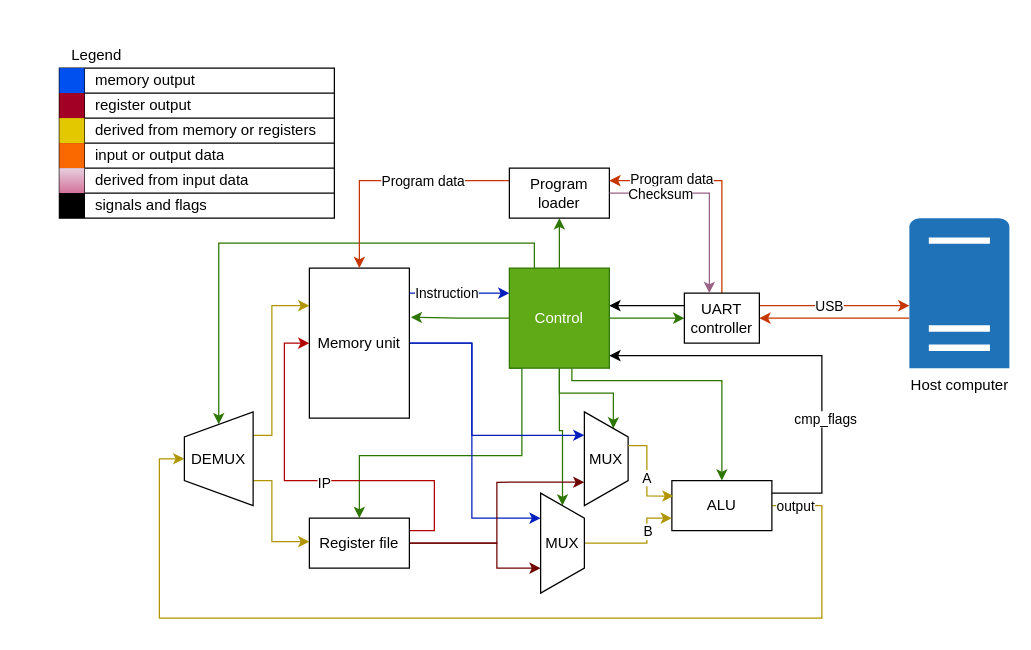
This is hardware/Hardware diagram.drawio from jacblo/yuda_assembly, a draw.io file, before an edit. Source tidied: cells renumbered, new cells numbered last; positions are measured from the earlier drawing's top-left corner, leaving out a move shared by most shapes. Both pictures are drawn from the tidied source at 125%, with x=0, y=0 at pixel (59, 42).
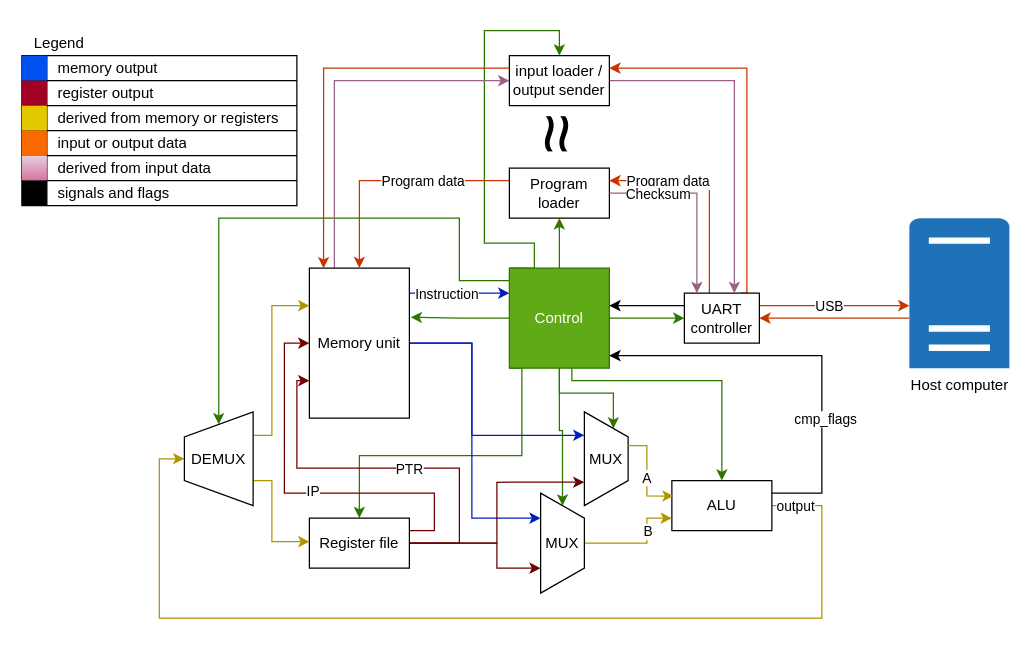
The same page after the edit.

The change refers to these unchanged cells:
```xml
<mxCell id="9" value="Control" style="whiteSpace=wrap;html=1;fillColor=#60a917;fontColor=#ffffff;strokeColor=#2D7600;" parent="1" vertex="1">
  <mxGeometry x="360" y="180" width="80" height="80" as="geometry" />
</mxCell>
<mxCell id="17" value="Memory unit" style="rounded=0;whiteSpace=wrap;html=1;" parent="1" vertex="1">
  <mxGeometry x="200" y="180" width="80" height="120" as="geometry" />
</mxCell>
<mxCell id="20" value="Program loader" style="rounded=0;whiteSpace=wrap;html=1;" parent="1" vertex="1">
  <mxGeometry x="360" y="100" width="80" height="40" as="geometry" />
</mxCell>
<mxCell id="26" value="UART controller" style="rounded=0;whiteSpace=wrap;html=1;" parent="1" vertex="1">
  <mxGeometry x="500" y="200" width="60" height="40" as="geometry" />
</mxCell>
<mxCell id="33" value="Register file" style="rounded=0;whiteSpace=wrap;html=1;" parent="1" vertex="1">
  <mxGeometry x="200" y="380" width="80" height="40" as="geometry" />
</mxCell>
<mxCell id="44" value="DEMUX" style="shape=trapezoid;perimeter=trapezoidPerimeter;whiteSpace=wrap;html=1;fixedSize=1;rotation=0;direction=north;" parent="1" vertex="1">
  <mxGeometry x="100" y="295" width="55" height="75" as="geometry" />
</mxCell>
<mxCell id="46" style="edgeStyle=orthogonalEdgeStyle;rounded=0;jettySize=auto;html=1;entryX=0;entryY=0.25;entryDx=0;entryDy=0;fillColor=#0050ef;strokeColor=#001DBC;" parent="1" edge="1" source="17" target="9">
  <mxGeometry relative="1" as="geometry">
    <Array as="points">
      <mxPoint x="300" y="200" />
      <mxPoint x="300" y="200" />
    </Array>
  </mxGeometry>
</mxCell>
```

The edit, as a diff of the source:
```diff
@@
     <mxCell id="7" style="edgeStyle=orthogonalEdgeStyle;rounded=0;jettySize=auto;html=1;entryX=1;entryY=0.5;entryDx=0;entryDy=0;fillColor=#60a917;strokeColor=#2D7600;" parent="1" edge="1" source="9" target="44">
       <mxGeometry relative="1" as="geometry">
         <Array as="points">
-          <mxPoint x="380" y="160" />
-          <mxPoint x="128" y="160" />
+          <mxPoint x="320" y="190" />
+          <mxPoint x="320" y="140" />
+          <mxPoint x="128" y="140" />
         </Array>
       </mxGeometry>
     </mxCell>
@@
+    <mxCell id="68" style="edgeStyle=orthogonalEdgeStyle;rounded=0;jettySize=auto;html=1;exitX=0;exitY=0;exitDx=0;exitDy=0;entryX=0.5;entryY=0;entryDx=0;entryDy=0;fillColor=#60a917;strokeColor=#2D7600;" parent="1" edge="1" source="9" target="74">
+      <mxGeometry relative="1" as="geometry">
+        <Array as="points">
+          <mxPoint x="380" y="180" />
+          <mxPoint x="380" y="160" />
+          <mxPoint x="340" y="160" />
+          <mxPoint x="340" y="-10" />
+          <mxPoint x="400" y="-10" />
+        </Array>
+      </mxGeometry>
+    </mxCell>
@@
+    <mxCell id="69" style="edgeStyle=orthogonalEdgeStyle;rounded=0;jettySize=auto;html=1;exitX=0.25;exitY=0;exitDx=0;exitDy=0;entryX=0;entryY=0.5;entryDx=0;entryDy=0;fillColor=#e6d0de;gradientColor=#d5739d;strokeColor=#996185;" parent="1" edge="1" source="17" target="74">
+      <mxGeometry relative="1" as="geometry" />
+    </mxCell>
@@
     <mxCell id="21" style="edgeStyle=orthogonalEdgeStyle;rounded=0;jettySize=auto;html=1;entryX=1;entryY=0.25;entryDx=0;entryDy=0;fillColor=#fa6800;strokeColor=#C73500;" parent="1" edge="1" source="26" target="20">
       <mxGeometry relative="1" as="geometry">
         <Array as="points">
-          <mxPoint x="530" y="110" />
+          <mxPoint x="520" y="110" />
         </Array>
       </mxGeometry>
     </mxCell>
     <mxCell id="22" value="Program data" style="edgeLabel;html=1;align=center;verticalAlign=middle;" parent="21" vertex="1">
-      <mxGeometry x="0.46" y="-2" relative="1" as="geometry" />
+      <mxGeometry x="0.46" y="-2" relative="1" as="geometry">
+        <mxPoint y="2" as="offset" />
+      </mxGeometry>
     </mxCell>
@@
+    <mxCell id="70" style="edgeStyle=orthogonalEdgeStyle;rounded=0;jettySize=auto;html=1;exitX=0.75;exitY=0;exitDx=0;exitDy=0;entryX=1;entryY=0.25;entryDx=0;entryDy=0;fillColor=#fa6800;strokeColor=#C73500;" parent="1" edge="1" source="26" target="74">
+      <mxGeometry relative="1" as="geometry">
+        <Array as="points">
+          <mxPoint x="550" y="200" />
+          <mxPoint x="550" y="20" />
+        </Array>
+      </mxGeometry>
+    </mxCell>
@@
     <mxCell id="27" style="edgeStyle=orthogonalEdgeStyle;rounded=0;jettySize=auto;html=1;fillColor=#e6d0de;strokeColor=#996185;gradientColor=#d5739d;" parent="1" edge="1" source="20">
       <mxGeometry relative="1" as="geometry">
-        <mxPoint x="520" y="200" as="targetPoint" />
+        <mxPoint x="510" y="200" as="targetPoint" />
         <Array as="points">
-          <mxPoint x="520" y="120" />
-          <mxPoint x="520" y="200" />
+          <mxPoint x="510" y="120" />
+          <mxPoint x="510" y="200" />
         </Array>
       </mxGeometry>
     </mxCell>
@@
-    <mxCell id="31" style="edgeStyle=orthogonalEdgeStyle;rounded=0;jettySize=auto;html=1;exitX=1;exitY=0.25;exitDx=0;exitDy=0;entryX=0;entryY=0.5;entryDx=0;entryDy=0;fillColor=#e51400;strokeColor=#B20000;" parent="1" edge="1" source="33" target="17">
+    <mxCell id="31" style="edgeStyle=orthogonalEdgeStyle;rounded=0;jettySize=auto;html=1;exitX=1;exitY=0.25;exitDx=0;exitDy=0;entryX=0;entryY=0.5;entryDx=0;entryDy=0;fillColor=#a20025;strokeColor=#6F0000;" parent="1" edge="1" source="33" target="17">
       <mxGeometry relative="1" as="geometry">
         <Array as="points">
           <mxPoint x="300" y="390" />
-          <mxPoint x="300" y="350" />
-          <mxPoint x="180" y="350" />
+          <mxPoint x="300" y="360" />
+          <mxPoint x="180" y="360" />
           <mxPoint x="180" y="240" />
         </Array>
       </mxGeometry>
     </mxCell>
@@
+    <mxCell id="71" style="edgeStyle=orthogonalEdgeStyle;rounded=0;jettySize=auto;html=1;entryX=0;entryY=0.75;entryDx=0;entryDy=0;fillColor=#a20025;strokeColor=#6F0000;" parent="1" edge="1" source="33" target="17">
+      <mxGeometry relative="1" as="geometry">
+        <Array as="points">
+          <mxPoint x="320" y="400" />
+          <mxPoint x="320" y="340" />
+          <mxPoint x="190" y="340" />
+          <mxPoint x="190" y="270" />
+        </Array>
+      </mxGeometry>
+    </mxCell>
+    <mxCell id="72" value="PTR" style="edgeLabel;html=1;align=center;verticalAlign=middle;" parent="71" vertex="1">
+      <mxGeometry x="-0.17" relative="1" as="geometry">
+        <mxPoint x="-12" as="offset" />
+      </mxGeometry>
+    </mxCell>
@@
     <mxCell id="47" value="Instruction" style="edgeLabel;html=1;align=center;verticalAlign=middle;" parent="46" vertex="1">
       <mxGeometry x="-0.13" y="1" relative="1" as="geometry">
-        <mxPoint x="-6" as="offset" />
+        <mxPoint x="-6" y="1" as="offset" />
       </mxGeometry>
     </mxCell>
     <mxCell id="48" value="Legend" style="text;html=1;align=center;verticalAlign=middle;whiteSpace=wrap;rounded=0;" parent="1" vertex="1">
-      <mxGeometry width="60" height="20" as="geometry" />
+      <mxGeometry x="-30" y="-10" width="60" height="20" as="geometry" />
     </mxCell>
     <mxCell id="49" style="shape=table;startSize=0;childLayout=tableLayout;align=left;" parent="1" vertex="1">
-      <mxGeometry y="20" width="220" height="120" as="geometry" />
+      <mxGeometry x="-30" y="10" width="220" height="120" as="geometry" />
     </mxCell>
@@
+    <mxCell id="73" style="edgeStyle=orthogonalEdgeStyle;rounded=0;jettySize=auto;html=1;exitX=1;exitY=0.75;exitDx=0;exitDy=0;fillColor=#e6d0de;gradientColor=#d5739d;strokeColor=#996185;" parent="1" edge="1" source="74">
+      <mxGeometry relative="1" as="geometry">
+        <mxPoint x="540" y="200" as="targetPoint" />
+        <Array as="points">
+          <mxPoint x="440" y="30" />
+          <mxPoint x="540" y="30" />
+          <mxPoint x="540" y="200" />
+        </Array>
+      </mxGeometry>
+    </mxCell>
+    <mxCell id="74" value="input loader /&lt;div&gt;output sender&lt;/div&gt;" style="rounded=0;whiteSpace=wrap;html=1;" parent="1" vertex="1">
+      <mxGeometry x="360" y="10" width="80" height="40" as="geometry" />
+    </mxCell>
+    <mxCell id="75" style="edgeStyle=orthogonalEdgeStyle;rounded=0;jettySize=auto;html=1;exitX=0;exitY=0.25;exitDx=0;exitDy=0;entryX=0.142;entryY=0.001;entryDx=0;entryDy=0;entryPerimeter=0;fillColor=#fa6800;strokeColor=#C73500;" parent="1" edge="1" source="74" target="17">
+      <mxGeometry relative="1" as="geometry" />
+    </mxCell>
+    <mxCell id="76" value="≈" style="text;html=1;align=center;verticalAlign=middle;whiteSpace=wrap;rounded=0;fontSize=57;rotation=90;" parent="1" vertex="1">
+      <mxGeometry x="382.5" y="62.5" width="35" height="20" as="geometry" />
+    </mxCell>
```
